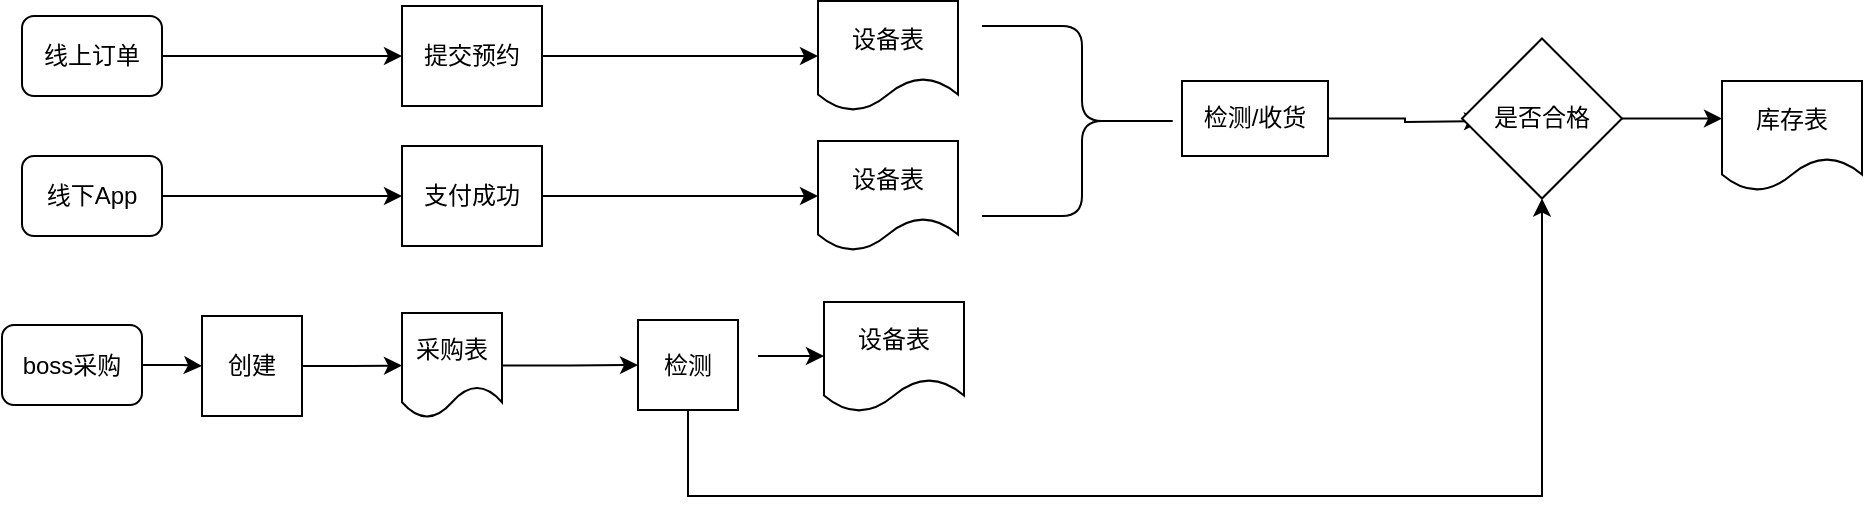
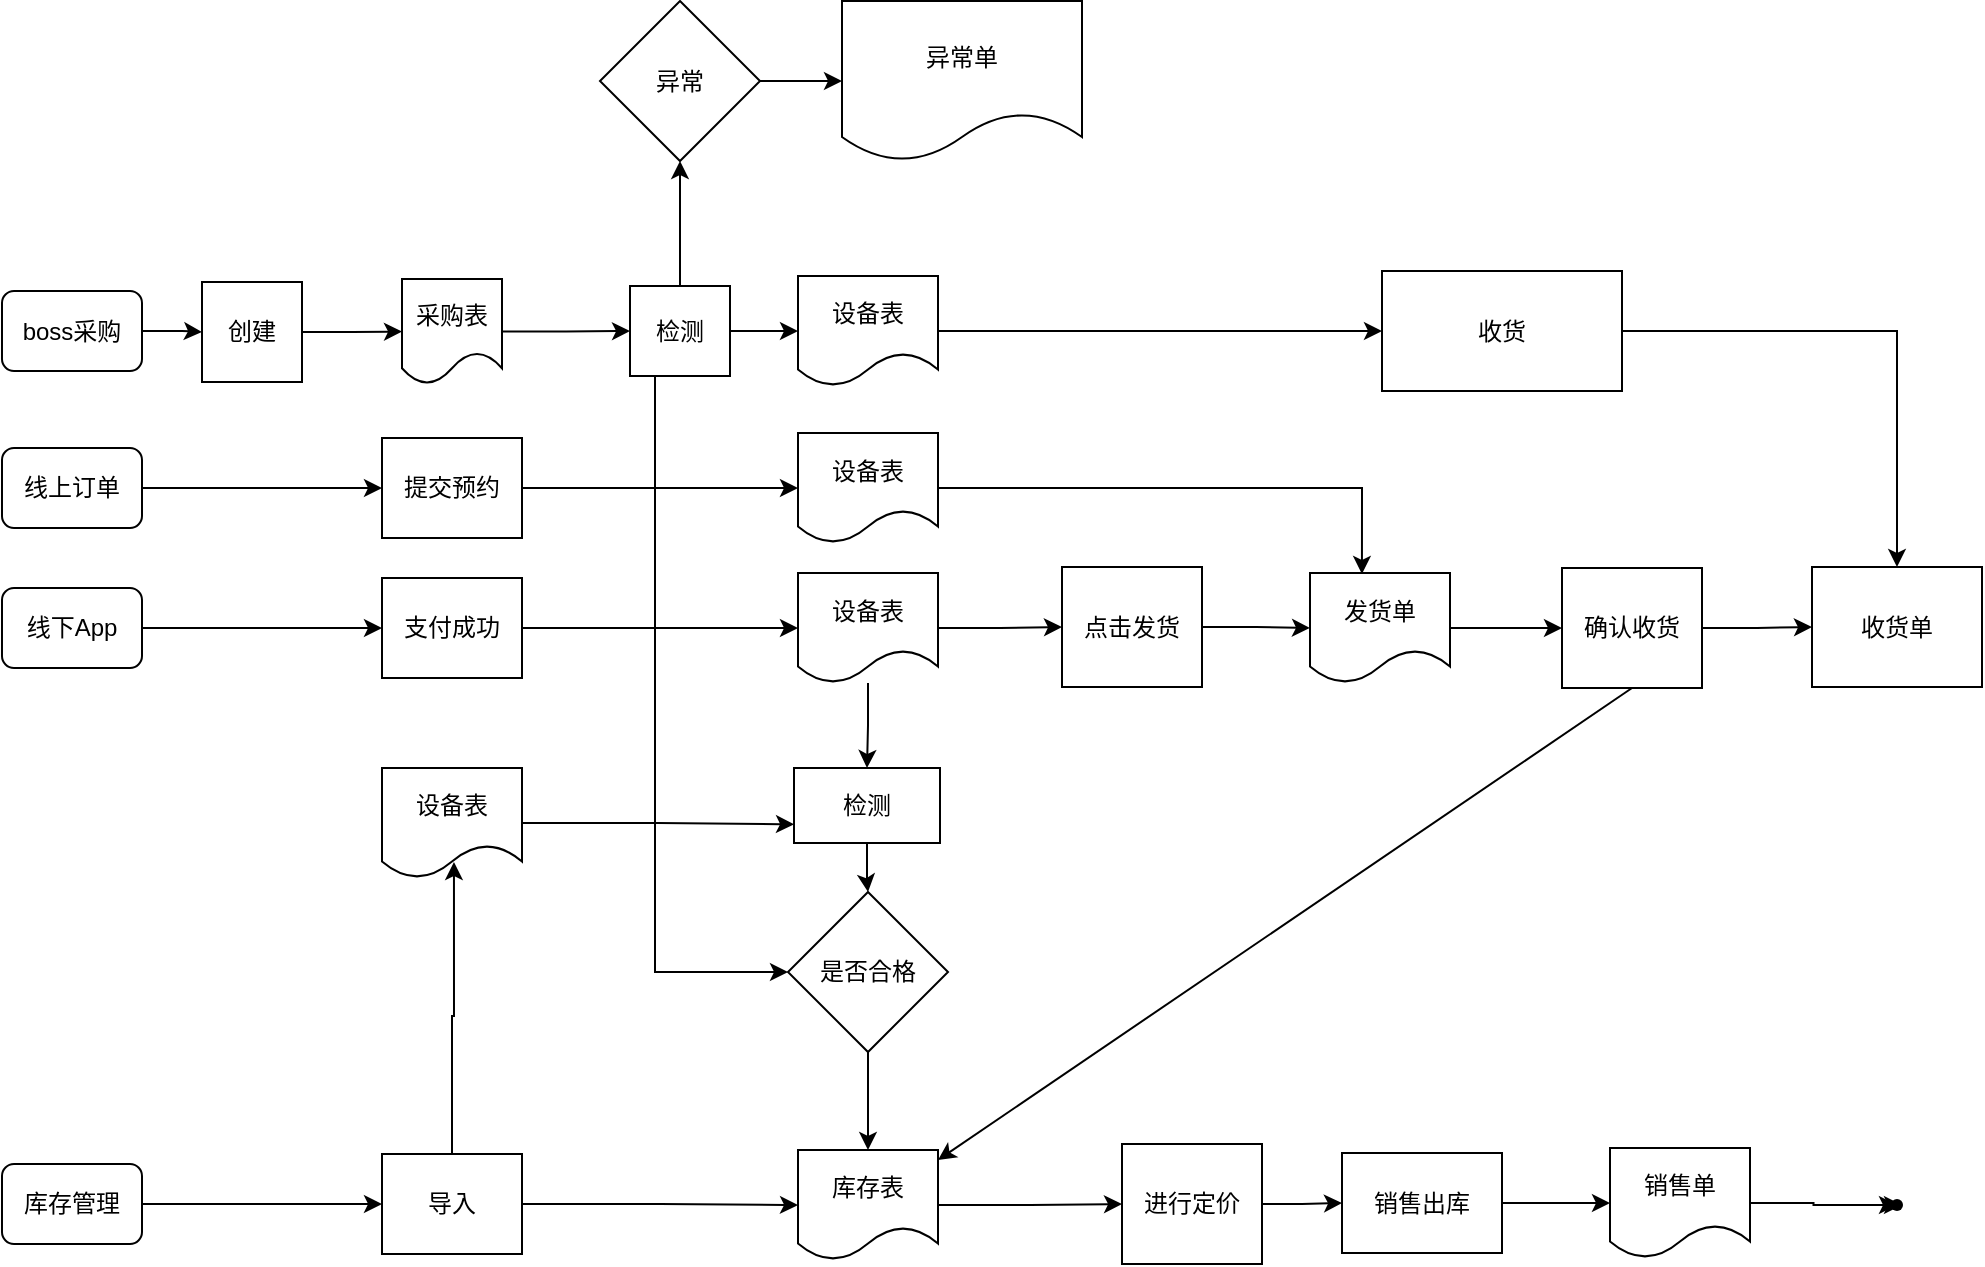
<mxfile host="app.diagrams.net">
  <diagram name="第 1 页" id="s3CgnVwbfZmktE_ADOAM">
-     <mxGraphModel dx="1414" dy="730" grid="1" gridSize="10" guides="1" tooltips="1" connect="1" arrows="1" fold="1" page="1" pageScale="1" pageWidth="827" pageHeight="1169" math="0" shadow="0">
+     <mxGraphModel dx="1414" dy="1899" grid="1" gridSize="10" guides="1" tooltips="1" connect="1" arrows="1" fold="1" page="1" pageScale="1" pageWidth="827" pageHeight="1169" math="0" shadow="0">
      <root>
        <mxCell id="0" />
        <mxCell id="1" parent="0" />
        <mxCell id="9bAV4iDaCewVaVFpZhyE-6" edge="1" parent="1" source="9bAV4iDaCewVaVFpZhyE-1" style="edgeStyle=orthogonalEdgeStyle;rounded=0;orthogonalLoop=1;jettySize=auto;html=1;entryX=0;entryY=0.5;entryDx=0;entryDy=0;" target="9bAV4iDaCewVaVFpZhyE-5">
          <mxGeometry relative="1" as="geometry" />
        </mxCell>
        <mxCell id="9bAV4iDaCewVaVFpZhyE-1" parent="1" style="rounded=1;whiteSpace=wrap;html=1;" value="线上订单" vertex="1">
          <mxGeometry height="40" width="70" x="100" y="200" as="geometry" />
        </mxCell>
        <mxCell id="9bAV4iDaCewVaVFpZhyE-8" edge="1" parent="1" source="9bAV4iDaCewVaVFpZhyE-2" style="edgeStyle=orthogonalEdgeStyle;rounded=0;orthogonalLoop=1;jettySize=auto;html=1;entryX=0;entryY=0.5;entryDx=0;entryDy=0;" target="9bAV4iDaCewVaVFpZhyE-7">
          <mxGeometry relative="1" as="geometry" />
        </mxCell>
        <mxCell id="9bAV4iDaCewVaVFpZhyE-2" parent="1" style="rounded=1;whiteSpace=wrap;html=1;" value="线下App" vertex="1">
          <mxGeometry height="40" width="70" x="100" y="270" as="geometry" />
        </mxCell>
        <mxCell id="9bAV4iDaCewVaVFpZhyE-18" edge="1" parent="1" source="9bAV4iDaCewVaVFpZhyE-4" style="edgeStyle=orthogonalEdgeStyle;rounded=0;orthogonalLoop=1;jettySize=auto;html=1;entryX=0;entryY=0.5;entryDx=0;entryDy=0;" target="9bAV4iDaCewVaVFpZhyE-17">
          <mxGeometry relative="1" as="geometry" />
        </mxCell>
        <mxCell id="9bAV4iDaCewVaVFpZhyE-4" parent="1" style="rounded=1;whiteSpace=wrap;html=1;" value="boss采购" vertex="1">
-           <mxGeometry height="40" width="70" x="90" y="354.5" as="geometry" />
+           <mxGeometry height="40" width="70" x="100" y="121.5" as="geometry" />
        </mxCell>
        <mxCell id="9bAV4iDaCewVaVFpZhyE-13" edge="1" parent="1" source="9bAV4iDaCewVaVFpZhyE-5" style="edgeStyle=orthogonalEdgeStyle;rounded=0;orthogonalLoop=1;jettySize=auto;html=1;entryX=0;entryY=0.5;entryDx=0;entryDy=0;" target="9bAV4iDaCewVaVFpZhyE-10">
          <mxGeometry relative="1" as="geometry" />
        </mxCell>
        <mxCell id="9bAV4iDaCewVaVFpZhyE-5" parent="1" style="rounded=0;whiteSpace=wrap;html=1;" value="提交预约" vertex="1">
          <mxGeometry height="50" width="70" x="290" y="195" as="geometry" />
        </mxCell>
        <mxCell id="9bAV4iDaCewVaVFpZhyE-14" edge="1" parent="1" source="9bAV4iDaCewVaVFpZhyE-7" style="edgeStyle=orthogonalEdgeStyle;rounded=0;orthogonalLoop=1;jettySize=auto;html=1;entryX=0;entryY=0.5;entryDx=0;entryDy=0;" target="9bAV4iDaCewVaVFpZhyE-11">
          <mxGeometry relative="1" as="geometry" />
        </mxCell>
        <mxCell id="9bAV4iDaCewVaVFpZhyE-7" parent="1" style="rounded=0;whiteSpace=wrap;html=1;" value="支付成功" vertex="1">
          <mxGeometry height="50" width="70" x="290" y="265" as="geometry" />
        </mxCell>
-         <mxCell id="9bAV4iDaCewVaVFpZhyE-15" edge="1" parent="1" style="edgeStyle=orthogonalEdgeStyle;rounded=0;orthogonalLoop=1;jettySize=auto;html=1;entryX=0;entryY=0.5;entryDx=0;entryDy=0;" target="9bAV4iDaCewVaVFpZhyE-12">
-           <mxGeometry relative="1" as="geometry">
-             <mxPoint x="468" y="370" as="sourcePoint" />
-           </mxGeometry>
-         </mxCell>
-         <mxCell id="GVKssT9AvyQaVMVPeHK4-14" edge="1" parent="1" source="9bAV4iDaCewVaVFpZhyE-9" style="edgeStyle=orthogonalEdgeStyle;rounded=0;orthogonalLoop=1;jettySize=auto;html=1;entryX=0.5;entryY=1;entryDx=0;entryDy=0;" target="GVKssT9AvyQaVMVPeHK4-10">
-           <mxGeometry relative="1" as="geometry">
-             <Array as="points">
-               <mxPoint x="433" y="440" />
-               <mxPoint x="860" y="440" />
-             </Array>
-           </mxGeometry>
+         <mxCell id="9bAV4iDaCewVaVFpZhyE-15" edge="1" parent="1" source="9bAV4iDaCewVaVFpZhyE-9" style="edgeStyle=orthogonalEdgeStyle;rounded=0;orthogonalLoop=1;jettySize=auto;html=1;entryX=0;entryY=0.5;entryDx=0;entryDy=0;exitX=1;exitY=0.5;exitDx=0;exitDy=0;" target="9bAV4iDaCewVaVFpZhyE-12">
+           <mxGeometry relative="1" as="geometry">
+             <mxPoint x="478" y="137" as="sourcePoint" />
+           </mxGeometry>
+         </mxCell>
+         <mxCell id="GVKssT9AvyQaVMVPeHK4-17" edge="1" parent="1" source="9bAV4iDaCewVaVFpZhyE-9" style="edgeStyle=orthogonalEdgeStyle;rounded=0;orthogonalLoop=1;jettySize=auto;html=1;entryX=0;entryY=0.5;entryDx=0;entryDy=0;exitX=0.25;exitY=1;exitDx=0;exitDy=0;" target="GVKssT9AvyQaVMVPeHK4-10">
+           <mxGeometry relative="1" as="geometry">
+             <mxPoint x="413.5" y="161.5" as="sourcePoint" />
+             <mxPoint x="438.5" y="482" as="targetPoint" />
+           </mxGeometry>
+         </mxCell>
+         <mxCell id="GVKssT9AvyQaVMVPeHK4-57" edge="1" parent="1" source="9bAV4iDaCewVaVFpZhyE-9" style="edgeStyle=orthogonalEdgeStyle;rounded=0;orthogonalLoop=1;jettySize=auto;html=1;" target="GVKssT9AvyQaVMVPeHK4-56" value="">
+           <mxGeometry relative="1" as="geometry" />
        </mxCell>
        <mxCell id="9bAV4iDaCewVaVFpZhyE-9" parent="1" style="rounded=0;whiteSpace=wrap;html=1;" value="检测" vertex="1">
-           <mxGeometry height="45" width="50" x="408" y="352" as="geometry" />
+           <mxGeometry height="45" width="50" x="414" y="119" as="geometry" />
        </mxCell>
        <mxCell id="9bAV4iDaCewVaVFpZhyE-10" parent="1" style="shape=document;whiteSpace=wrap;html=1;boundedLbl=1;" value="设备表" vertex="1">
          <mxGeometry height="55" width="70" x="498" y="192.5" as="geometry" />
        </mxCell>
+         <mxCell id="GVKssT9AvyQaVMVPeHK4-16" edge="1" parent="1" source="9bAV4iDaCewVaVFpZhyE-11" style="edgeStyle=orthogonalEdgeStyle;rounded=0;orthogonalLoop=1;jettySize=auto;html=1;entryX=0.5;entryY=0;entryDx=0;entryDy=0;" target="GVKssT9AvyQaVMVPeHK4-11">
+           <mxGeometry relative="1" as="geometry" />
+         </mxCell>
+         <mxCell id="GVKssT9AvyQaVMVPeHK4-46" edge="1" parent="1" source="9bAV4iDaCewVaVFpZhyE-11" style="edgeStyle=orthogonalEdgeStyle;rounded=0;orthogonalLoop=1;jettySize=auto;html=1;entryX=0;entryY=0.5;entryDx=0;entryDy=0;" target="GVKssT9AvyQaVMVPeHK4-45">
+           <mxGeometry relative="1" as="geometry" />
+         </mxCell>
        <mxCell id="9bAV4iDaCewVaVFpZhyE-11" parent="1" style="shape=document;whiteSpace=wrap;html=1;boundedLbl=1;" value="设备表" vertex="1">
          <mxGeometry height="55" width="70" x="498" y="262.5" as="geometry" />
        </mxCell>
+         <mxCell id="GVKssT9AvyQaVMVPeHK4-54" edge="1" parent="1" source="9bAV4iDaCewVaVFpZhyE-12" style="edgeStyle=orthogonalEdgeStyle;rounded=0;orthogonalLoop=1;jettySize=auto;html=1;" target="GVKssT9AvyQaVMVPeHK4-53" value="">
+           <mxGeometry relative="1" as="geometry" />
+         </mxCell>
        <mxCell id="9bAV4iDaCewVaVFpZhyE-12" parent="1" style="shape=document;whiteSpace=wrap;html=1;boundedLbl=1;" value="设备表" vertex="1">
-           <mxGeometry height="55" width="70" x="501" y="343" as="geometry" />
+           <mxGeometry height="55" width="70" x="498" y="114" as="geometry" />
        </mxCell>
        <mxCell id="9bAV4iDaCewVaVFpZhyE-20" edge="1" parent="1" source="9bAV4iDaCewVaVFpZhyE-17" style="edgeStyle=orthogonalEdgeStyle;rounded=0;orthogonalLoop=1;jettySize=auto;html=1;entryX=0;entryY=0.5;entryDx=0;entryDy=0;" target="9bAV4iDaCewVaVFpZhyE-19">
          <mxGeometry relative="1" as="geometry" />
        </mxCell>
        <mxCell id="9bAV4iDaCewVaVFpZhyE-17" parent="1" style="rounded=0;whiteSpace=wrap;html=1;" value="创建" vertex="1">
-           <mxGeometry height="50" width="50" x="190" y="350" as="geometry" />
+           <mxGeometry height="50" width="50" x="200" y="117" as="geometry" />
        </mxCell>
        <mxCell id="9bAV4iDaCewVaVFpZhyE-21" edge="1" parent="1" source="9bAV4iDaCewVaVFpZhyE-19" style="edgeStyle=orthogonalEdgeStyle;rounded=0;orthogonalLoop=1;jettySize=auto;html=1;entryX=0;entryY=0.5;entryDx=0;entryDy=0;" target="9bAV4iDaCewVaVFpZhyE-9">
          <mxGeometry relative="1" as="geometry" />
        </mxCell>
        <mxCell id="9bAV4iDaCewVaVFpZhyE-19" parent="1" style="shape=document;whiteSpace=wrap;html=1;boundedLbl=1;" value="采购表" vertex="1">
-           <mxGeometry height="52.5" width="50" x="290" y="348.5" as="geometry" />
-         </mxCell>
-         <mxCell id="GVKssT9AvyQaVMVPeHK4-3" edge="1" parent="1" source="GVKssT9AvyQaVMVPeHK4-1" style="edgeStyle=orthogonalEdgeStyle;rounded=0;orthogonalLoop=1;jettySize=auto;html=1;" value="">
-           <mxGeometry relative="1" as="geometry">
-             <mxPoint x="710" y="252.5" as="targetPoint" />
-           </mxGeometry>
-         </mxCell>
-         <mxCell id="GVKssT9AvyQaVMVPeHK4-1" parent="1" style="shape=curlyBracket;whiteSpace=wrap;html=1;rounded=1;flipH=1;labelPosition=right;verticalLabelPosition=middle;align=left;verticalAlign=middle;legacyAnchorPoints=0;" value="" vertex="1">
-           <mxGeometry height="95" width="100" x="580" y="205" as="geometry" />
-         </mxCell>
-         <mxCell id="GVKssT9AvyQaVMVPeHK4-5" edge="1" parent="1" source="GVKssT9AvyQaVMVPeHK4-11" style="edgeStyle=orthogonalEdgeStyle;rounded=0;orthogonalLoop=1;jettySize=auto;html=1;" value="">
+           <mxGeometry height="52.5" width="50" x="300" y="115.5" as="geometry" />
+         </mxCell>
+         <mxCell id="GVKssT9AvyQaVMVPeHK4-5" edge="1" parent="1" source="GVKssT9AvyQaVMVPeHK4-11" style="edgeStyle=orthogonalEdgeStyle;rounded=0;orthogonalLoop=1;jettySize=auto;html=1;entryX=0.5;entryY=0;entryDx=0;entryDy=0;" target="GVKssT9AvyQaVMVPeHK4-10" value="">
          <mxGeometry relative="1" as="geometry">
            <mxPoint x="780" y="252.5" as="sourcePoint" />
-             <mxPoint x="830" y="252.5" as="targetPoint" />
-           </mxGeometry>
-         </mxCell>
-         <mxCell id="GVKssT9AvyQaVMVPeHK4-12" edge="1" parent="1" source="GVKssT9AvyQaVMVPeHK4-10" style="edgeStyle=orthogonalEdgeStyle;rounded=0;orthogonalLoop=1;jettySize=auto;html=1;" value="">
+             <mxPoint x="700" y="370" as="targetPoint" />
+           </mxGeometry>
+         </mxCell>
+         <mxCell id="GVKssT9AvyQaVMVPeHK4-12" edge="1" parent="1" source="GVKssT9AvyQaVMVPeHK4-10" style="edgeStyle=orthogonalEdgeStyle;rounded=0;orthogonalLoop=1;jettySize=auto;html=1;entryX=0.5;entryY=0;entryDx=0;entryDy=0;" target="GVKssT9AvyQaVMVPeHK4-13" value="">
          <mxGeometry relative="1" as="geometry">
            <mxPoint x="950" y="251.29999999999995" as="targetPoint" />
          </mxGeometry>
        </mxCell>
        <mxCell id="GVKssT9AvyQaVMVPeHK4-10" parent="1" style="rhombus;whiteSpace=wrap;html=1;" value="是否合格" vertex="1">
-           <mxGeometry height="80" width="80" x="820" y="211.25" as="geometry" />
-         </mxCell>
-         <mxCell id="GVKssT9AvyQaVMVPeHK4-11" parent="1" style="rounded=0;whiteSpace=wrap;html=1;" value="&lt;span style=&quot;text-align: left;&quot;&gt;检测/收货&lt;/span&gt;" vertex="1">
-           <mxGeometry height="37.5" width="73" x="680" y="232.5" as="geometry" />
+           <mxGeometry height="80" width="80" x="493" y="422" as="geometry" />
+         </mxCell>
+         <mxCell id="GVKssT9AvyQaVMVPeHK4-11" parent="1" style="rounded=0;whiteSpace=wrap;html=1;" value="&lt;span style=&quot;text-align: left;&quot;&gt;检测&lt;/span&gt;" vertex="1">
+           <mxGeometry height="37.5" width="73" x="496" y="360" as="geometry" />
+         </mxCell>
+         <mxCell id="GVKssT9AvyQaVMVPeHK4-60" edge="1" parent="1" source="GVKssT9AvyQaVMVPeHK4-13" style="edgeStyle=orthogonalEdgeStyle;rounded=0;orthogonalLoop=1;jettySize=auto;html=1;" target="GVKssT9AvyQaVMVPeHK4-19" value="">
+           <mxGeometry relative="1" as="geometry" />
        </mxCell>
        <mxCell id="GVKssT9AvyQaVMVPeHK4-13" parent="1" style="shape=document;whiteSpace=wrap;html=1;boundedLbl=1;" value="库存表" vertex="1">
-           <mxGeometry height="55" width="70" x="950" y="232.5" as="geometry" />
+           <mxGeometry height="55" width="70" x="498" y="551" as="geometry" />
+         </mxCell>
+         <mxCell id="GVKssT9AvyQaVMVPeHK4-22" edge="1" parent="1" source="GVKssT9AvyQaVMVPeHK4-19" style="edgeStyle=orthogonalEdgeStyle;rounded=0;orthogonalLoop=1;jettySize=auto;html=1;" target="GVKssT9AvyQaVMVPeHK4-21" value="">
+           <mxGeometry relative="1" as="geometry" />
+         </mxCell>
+         <mxCell id="GVKssT9AvyQaVMVPeHK4-19" parent="1" style="rounded=0;whiteSpace=wrap;html=1;" value="进行定价" vertex="1">
+           <mxGeometry height="60" width="70" x="660" y="548" as="geometry" />
+         </mxCell>
+         <mxCell id="GVKssT9AvyQaVMVPeHK4-25" edge="1" parent="1" source="GVKssT9AvyQaVMVPeHK4-21" style="edgeStyle=orthogonalEdgeStyle;rounded=0;orthogonalLoop=1;jettySize=auto;html=1;" target="GVKssT9AvyQaVMVPeHK4-24" value="">
+           <mxGeometry relative="1" as="geometry" />
+         </mxCell>
+         <mxCell id="GVKssT9AvyQaVMVPeHK4-21" parent="1" style="whiteSpace=wrap;html=1;rounded=0;" value="销售出库" vertex="1">
+           <mxGeometry height="50" width="80" x="770" y="552.5" as="geometry" />
+         </mxCell>
+         <mxCell id="GVKssT9AvyQaVMVPeHK4-62" edge="1" parent="1" source="GVKssT9AvyQaVMVPeHK4-61" style="edgeStyle=orthogonalEdgeStyle;rounded=0;orthogonalLoop=1;jettySize=auto;html=1;" value="">
+           <mxGeometry relative="1" as="geometry">
+             <mxPoint x="1050" y="578" as="targetPoint" />
+           </mxGeometry>
+         </mxCell>
+         <mxCell id="GVKssT9AvyQaVMVPeHK4-24" parent="1" style="shape=document;whiteSpace=wrap;html=1;boundedLbl=1;" value="销售单" vertex="1">
+           <mxGeometry height="55" width="70" x="904" y="550" as="geometry" />
+         </mxCell>
+         <mxCell id="GVKssT9AvyQaVMVPeHK4-50" edge="1" parent="1" source="GVKssT9AvyQaVMVPeHK4-26" style="edgeStyle=orthogonalEdgeStyle;rounded=0;orthogonalLoop=1;jettySize=auto;html=1;" target="GVKssT9AvyQaVMVPeHK4-49" value="">
+           <mxGeometry relative="1" as="geometry" />
+         </mxCell>
+         <mxCell id="GVKssT9AvyQaVMVPeHK4-26" parent="1" style="shape=document;whiteSpace=wrap;html=1;boundedLbl=1;" value="发货单" vertex="1">
+           <mxGeometry height="55" width="70" x="754" y="262.5" as="geometry" />
+         </mxCell>
+         <mxCell id="GVKssT9AvyQaVMVPeHK4-30" edge="1" parent="1" source="9bAV4iDaCewVaVFpZhyE-2" style="edgeStyle=orthogonalEdgeStyle;rounded=0;orthogonalLoop=1;jettySize=auto;html=1;exitX=0.5;exitY=1;exitDx=0;exitDy=0;" target="9bAV4iDaCewVaVFpZhyE-2">
+           <mxGeometry relative="1" as="geometry" />
+         </mxCell>
+         <mxCell id="GVKssT9AvyQaVMVPeHK4-31" edge="1" parent="1" style="edgeStyle=orthogonalEdgeStyle;rounded=0;orthogonalLoop=1;jettySize=auto;html=1;exitX=0.5;exitY=1;exitDx=0;exitDy=0;">
+           <mxGeometry relative="1" as="geometry">
+             <mxPoint x="200" y="390" as="sourcePoint" />
+             <mxPoint x="200" y="390" as="targetPoint" />
+           </mxGeometry>
+         </mxCell>
+         <mxCell id="GVKssT9AvyQaVMVPeHK4-34" edge="1" parent="1" source="GVKssT9AvyQaVMVPeHK4-32" style="edgeStyle=orthogonalEdgeStyle;rounded=0;orthogonalLoop=1;jettySize=auto;html=1;entryX=0;entryY=0.5;entryDx=0;entryDy=0;" target="GVKssT9AvyQaVMVPeHK4-33">
+           <mxGeometry relative="1" as="geometry" />
+         </mxCell>
+         <mxCell id="GVKssT9AvyQaVMVPeHK4-32" parent="1" style="rounded=1;whiteSpace=wrap;html=1;" value="库存管理" vertex="1">
+           <mxGeometry height="40" width="70" x="100" y="558" as="geometry" />
+         </mxCell>
+         <mxCell id="GVKssT9AvyQaVMVPeHK4-35" edge="1" parent="1" source="GVKssT9AvyQaVMVPeHK4-33" style="edgeStyle=orthogonalEdgeStyle;rounded=0;orthogonalLoop=1;jettySize=auto;html=1;entryX=0;entryY=0.5;entryDx=0;entryDy=0;" target="GVKssT9AvyQaVMVPeHK4-13">
+           <mxGeometry relative="1" as="geometry" />
+         </mxCell>
+         <mxCell id="GVKssT9AvyQaVMVPeHK4-33" parent="1" style="rounded=0;whiteSpace=wrap;html=1;" value="导入" vertex="1">
+           <mxGeometry height="50" width="70" x="290" y="553" as="geometry" />
+         </mxCell>
+         <mxCell id="GVKssT9AvyQaVMVPeHK4-39" edge="1" parent="1" style="edgeStyle=orthogonalEdgeStyle;rounded=0;orthogonalLoop=1;jettySize=auto;html=1;exitX=0.5;exitY=1;exitDx=0;exitDy=0;">
+           <mxGeometry relative="1" as="geometry">
+             <mxPoint x="135" y="599" as="sourcePoint" />
+             <mxPoint x="135" y="599" as="targetPoint" />
+           </mxGeometry>
+         </mxCell>
+         <mxCell id="GVKssT9AvyQaVMVPeHK4-42" edge="1" parent="1" source="GVKssT9AvyQaVMVPeHK4-40" style="edgeStyle=orthogonalEdgeStyle;rounded=0;orthogonalLoop=1;jettySize=auto;html=1;entryX=0;entryY=0.75;entryDx=0;entryDy=0;" target="GVKssT9AvyQaVMVPeHK4-11">
+           <mxGeometry relative="1" as="geometry" />
+         </mxCell>
+         <mxCell id="GVKssT9AvyQaVMVPeHK4-40" parent="1" style="shape=document;whiteSpace=wrap;html=1;boundedLbl=1;" value="设备表" vertex="1">
+           <mxGeometry height="55" width="70" x="290" y="360" as="geometry" />
+         </mxCell>
+         <mxCell id="GVKssT9AvyQaVMVPeHK4-41" edge="1" parent="1" source="GVKssT9AvyQaVMVPeHK4-33" style="edgeStyle=orthogonalEdgeStyle;rounded=0;orthogonalLoop=1;jettySize=auto;html=1;entryX=0.514;entryY=0.855;entryDx=0;entryDy=0;entryPerimeter=0;" target="GVKssT9AvyQaVMVPeHK4-40">
+           <mxGeometry relative="1" as="geometry" />
+         </mxCell>
+         <mxCell id="GVKssT9AvyQaVMVPeHK4-47" edge="1" parent="1" source="GVKssT9AvyQaVMVPeHK4-45" style="edgeStyle=orthogonalEdgeStyle;rounded=0;orthogonalLoop=1;jettySize=auto;html=1;entryX=0;entryY=0.5;entryDx=0;entryDy=0;" target="GVKssT9AvyQaVMVPeHK4-26">
+           <mxGeometry relative="1" as="geometry" />
+         </mxCell>
+         <mxCell id="GVKssT9AvyQaVMVPeHK4-45" parent="1" style="rounded=0;whiteSpace=wrap;html=1;" value="点击发货" vertex="1">
+           <mxGeometry height="60" width="70" x="630" y="259.5" as="geometry" />
+         </mxCell>
+         <mxCell id="GVKssT9AvyQaVMVPeHK4-48" edge="1" parent="1" source="9bAV4iDaCewVaVFpZhyE-10" style="edgeStyle=orthogonalEdgeStyle;rounded=0;orthogonalLoop=1;jettySize=auto;html=1;entryX=0.371;entryY=0.009;entryDx=0;entryDy=0;entryPerimeter=0;" target="GVKssT9AvyQaVMVPeHK4-26">
+           <mxGeometry relative="1" as="geometry" />
+         </mxCell>
+         <mxCell id="GVKssT9AvyQaVMVPeHK4-52" edge="1" parent="1" source="GVKssT9AvyQaVMVPeHK4-49" style="edgeStyle=orthogonalEdgeStyle;rounded=0;orthogonalLoop=1;jettySize=auto;html=1;" target="GVKssT9AvyQaVMVPeHK4-51" value="">
+           <mxGeometry relative="1" as="geometry" />
+         </mxCell>
+         <mxCell id="GVKssT9AvyQaVMVPeHK4-49" parent="1" style="whiteSpace=wrap;html=1;" value="确认收货" vertex="1">
+           <mxGeometry height="60" width="70" x="880" y="260" as="geometry" />
+         </mxCell>
+         <mxCell id="GVKssT9AvyQaVMVPeHK4-51" parent="1" style="whiteSpace=wrap;html=1;" value="收货单" vertex="1">
+           <mxGeometry height="60" width="85" x="1005" y="259.5" as="geometry" />
+         </mxCell>
+         <mxCell id="GVKssT9AvyQaVMVPeHK4-55" edge="1" parent="1" source="GVKssT9AvyQaVMVPeHK4-53" style="edgeStyle=orthogonalEdgeStyle;rounded=0;orthogonalLoop=1;jettySize=auto;html=1;entryX=0.5;entryY=0;entryDx=0;entryDy=0;" target="GVKssT9AvyQaVMVPeHK4-51">
+           <mxGeometry relative="1" as="geometry" />
+         </mxCell>
+         <mxCell id="GVKssT9AvyQaVMVPeHK4-53" parent="1" style="whiteSpace=wrap;html=1;" value="收货" vertex="1">
+           <mxGeometry height="60" width="120" x="790" y="111.5" as="geometry" />
+         </mxCell>
+         <mxCell id="GVKssT9AvyQaVMVPeHK4-59" edge="1" parent="1" source="GVKssT9AvyQaVMVPeHK4-56" style="edgeStyle=orthogonalEdgeStyle;rounded=0;orthogonalLoop=1;jettySize=auto;html=1;" target="GVKssT9AvyQaVMVPeHK4-58" value="">
+           <mxGeometry relative="1" as="geometry" />
+         </mxCell>
+         <mxCell id="GVKssT9AvyQaVMVPeHK4-56" parent="1" style="rhombus;whiteSpace=wrap;html=1;rounded=0;" value="异常" vertex="1">
+           <mxGeometry height="80" width="80" x="399" y="-23.5" as="geometry" />
+         </mxCell>
+         <mxCell id="GVKssT9AvyQaVMVPeHK4-58" parent="1" style="shape=document;whiteSpace=wrap;html=1;boundedLbl=1;rounded=0;" value="异常单" vertex="1">
+           <mxGeometry height="80" width="120" x="520" y="-23.5" as="geometry" />
+         </mxCell>
+         <mxCell id="GVKssT9AvyQaVMVPeHK4-64" edge="1" parent="1" source="GVKssT9AvyQaVMVPeHK4-49" style="rounded=0;orthogonalLoop=1;jettySize=auto;html=1;entryX=1;entryY=0.091;entryDx=0;entryDy=0;entryPerimeter=0;exitX=0.5;exitY=1;exitDx=0;exitDy=0;" target="GVKssT9AvyQaVMVPeHK4-13">
+           <mxGeometry relative="1" as="geometry">
+             <mxPoint x="974" y="320.02" as="sourcePoint" />
+             <mxPoint x="623.99" y="553" as="targetPoint" />
+           </mxGeometry>
+         </mxCell>
+         <mxCell id="GVKssT9AvyQaVMVPeHK4-65" edge="1" parent="1" source="GVKssT9AvyQaVMVPeHK4-24" style="edgeStyle=orthogonalEdgeStyle;rounded=0;orthogonalLoop=1;jettySize=auto;html=1;" target="GVKssT9AvyQaVMVPeHK4-61" value="">
+           <mxGeometry relative="1" as="geometry">
+             <mxPoint x="974" y="578" as="sourcePoint" />
+             <mxPoint x="1050" y="578" as="targetPoint" />
+           </mxGeometry>
+         </mxCell>
+         <mxCell id="GVKssT9AvyQaVMVPeHK4-61" parent="1" style="shape=waypoint;sketch=0;size=6;pointerEvents=1;points=[];fillColor=default;resizable=0;rotatable=0;perimeter=centerPerimeter;snapToPoint=1;" value="" vertex="1">
+           <mxGeometry height="20" width="20" x="1037.5" y="568.5" as="geometry" />
        </mxCell>
      </root>
    </mxGraphModel>
  </diagram>
</mxfile>
